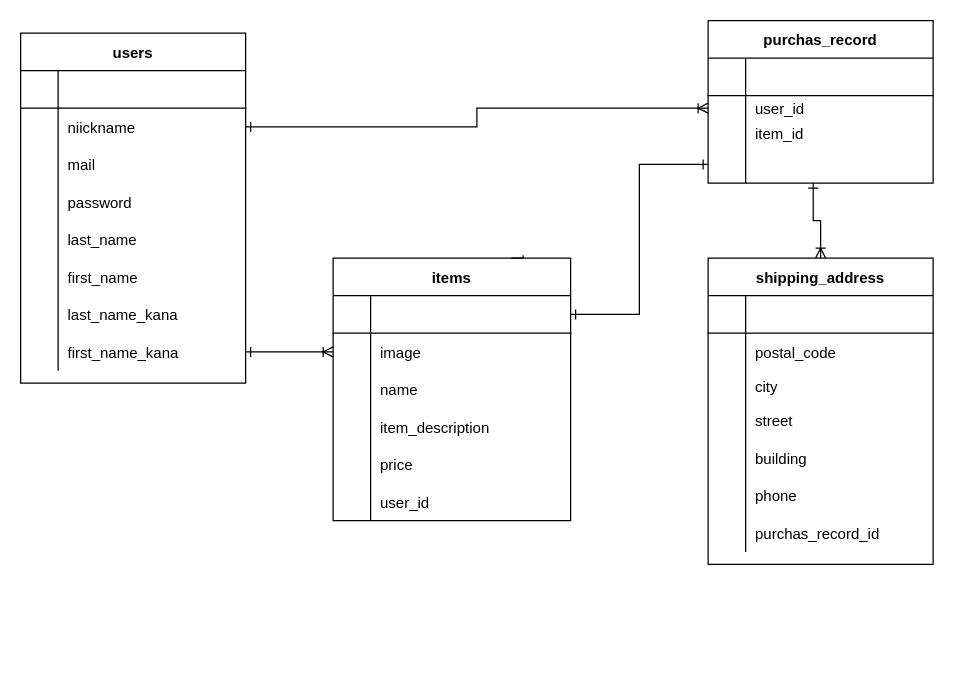
Earlier version of the draw.io diagram ER.dio (omokun/furima-36222). Source tidied: cells renumbered, new cells numbered last; positions are measured from the earlier drawing's top-left corner, leaving out a move shared by most shapes. Both pictures are drawn from the tidied source at 125%, with x=0, y=0 at pixel (20, 20).
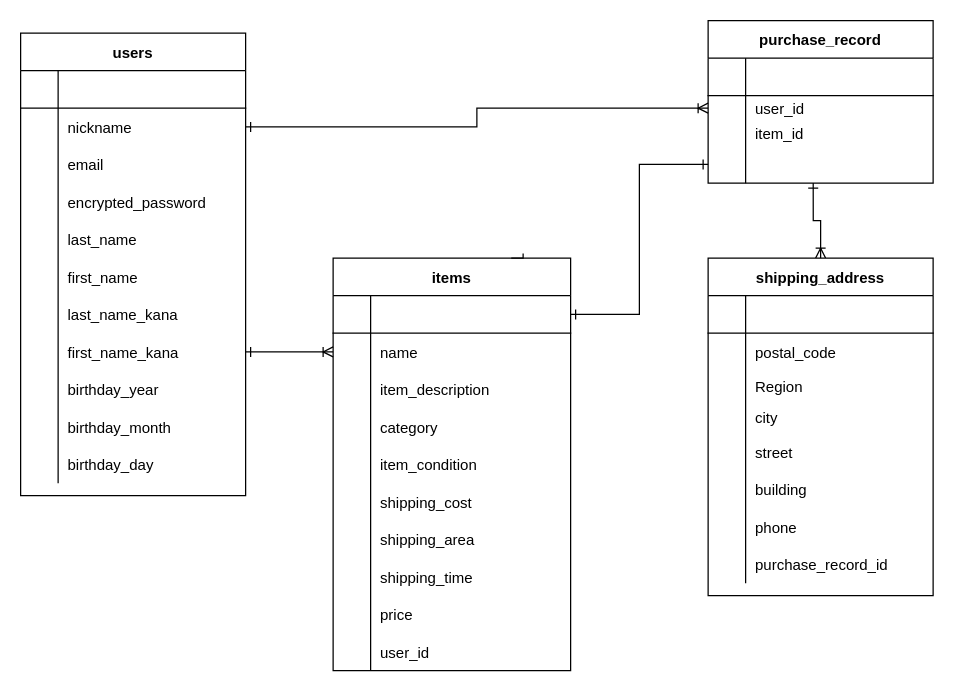
After the change.

Commit message (it also covers changes not shown here):
ER図、READMEの訂正

The change refers to these unchanged cells:
```xml
<mxCell id="6" style="shape=partialRectangle;fillColor=none;top=0;left=0;bottom=0;right=0;points=[[0,0.5],[1,0.5]];portConstraint=eastwest;" parent="2" vertex="1">
  <mxGeometry y="60" width="180" height="30" as="geometry" />
</mxCell>
<mxCell id="9" style="shape=partialRectangle;fillColor=none;top=0;left=0;bottom=0;right=0;" parent="2" vertex="1">
  <mxGeometry y="90" width="180" height="30" as="geometry" />
</mxCell>
<mxCell id="12" style="shape=partialRectangle;fillColor=none;top=0;left=0;bottom=0;right=0;" parent="2" vertex="1">
  <mxGeometry y="120" width="180" height="30" as="geometry" />
</mxCell>
<mxCell id="44" style="shape=partialRectangle;fillColor=none;top=0;left=0;bottom=0;right=0;points=[[0,0.5],[1,0.5]];portConstraint=eastwest;" parent="40" vertex="1">
  <mxGeometry y="60" width="190" height="30" as="geometry" />
</mxCell>
<mxCell id="47" style="shape=partialRectangle;fillColor=none;top=0;left=0;bottom=0;right=0;" parent="40" vertex="1">
  <mxGeometry y="90" width="190" height="30" as="geometry" />
</mxCell>
<mxCell id="50" style="shape=partialRectangle;fillColor=none;top=0;left=0;bottom=0;right=0;" parent="40" vertex="1">
  <mxGeometry y="120" width="190" height="30" as="geometry" />
</mxCell>
<mxCell id="53" style="shape=partialRectangle;fillColor=none;top=0;left=0;bottom=0;right=0;" parent="40" vertex="1">
  <mxGeometry y="150" width="190" height="30" as="geometry" />
</mxCell>
```

The edit, as a diff of the source:
```diff
@@
     <mxCell id="2" value="users" style="shape=table;startSize=30;childLayout=tableLayout;rowLines=0;fontStyle=1;align=center;" parent="1" vertex="1">
-      <mxGeometry y="10" width="180" height="280" as="geometry" />
+      <mxGeometry y="10" width="180" height="370" as="geometry" />
     </mxCell>
@@
-    <mxCell id="8" value="niickname" style="shape=partialRectangle;fillColor=none;top=0;left=0;bottom=0;right=0;align=left;spacingLeft=6;overflow=hidden;" parent="6" vertex="1">
+    <mxCell id="8" value="nickname" style="shape=partialRectangle;fillColor=none;top=0;left=0;bottom=0;right=0;align=left;spacingLeft=6;overflow=hidden;" parent="6" vertex="1">
       <mxGeometry x="30" width="150" height="30" as="geometry" />
     </mxCell>
@@
-    <mxCell id="11" value="mail" style="shape=partialRectangle;fillColor=none;top=0;left=0;bottom=0;right=0;align=left;spacingLeft=6;overflow=hidden;" parent="9" vertex="1">
+    <mxCell id="11" value="email" style="shape=partialRectangle;fillColor=none;top=0;left=0;bottom=0;right=0;align=left;spacingLeft=6;overflow=hidden;" parent="9" vertex="1">
       <mxGeometry x="30" width="150" height="30" as="geometry" />
     </mxCell>
@@
-    <mxCell id="14" value="password" style="shape=partialRectangle;fillColor=none;top=0;left=0;bottom=0;right=0;align=left;spacingLeft=6;overflow=hidden;" parent="12" vertex="1">
+    <mxCell id="14" value="encrypted_password" style="shape=partialRectangle;fillColor=none;top=0;left=0;bottom=0;right=0;align=left;spacingLeft=6;overflow=hidden;" parent="12" vertex="1">
       <mxGeometry x="30" width="150" height="30" as="geometry" />
     </mxCell>
@@
+    <mxCell id="86" style="shape=partialRectangle;fillColor=none;top=0;left=0;bottom=0;right=0;" parent="2" vertex="1">
+      <mxGeometry y="270" width="180" height="30" as="geometry" />
+    </mxCell>
+    <mxCell id="87" style="shape=partialRectangle;fillColor=none;top=0;left=0;bottom=0;right=0;overflow=hidden;" parent="86" vertex="1">
+      <mxGeometry width="30" height="30" as="geometry" />
+    </mxCell>
+    <mxCell id="88" value="birthday_year" style="shape=partialRectangle;fillColor=none;top=0;left=0;bottom=0;right=0;align=left;spacingLeft=6;overflow=hidden;" parent="86" vertex="1">
+      <mxGeometry x="30" width="150" height="30" as="geometry" />
+    </mxCell>
+    <mxCell id="89" style="shape=partialRectangle;fillColor=none;top=0;left=0;bottom=0;right=0;" parent="2" vertex="1">
+      <mxGeometry y="300" width="180" height="30" as="geometry" />
+    </mxCell>
+    <mxCell id="90" style="shape=partialRectangle;fillColor=none;top=0;left=0;bottom=0;right=0;overflow=hidden;" parent="89" vertex="1">
+      <mxGeometry width="30" height="30" as="geometry" />
+    </mxCell>
+    <mxCell id="91" value="birthday_month" style="shape=partialRectangle;fillColor=none;top=0;left=0;bottom=0;right=0;align=left;spacingLeft=6;overflow=hidden;" parent="89" vertex="1">
+      <mxGeometry x="30" width="150" height="30" as="geometry" />
+    </mxCell>
+    <mxCell id="92" style="shape=partialRectangle;fillColor=none;top=0;left=0;bottom=0;right=0;" parent="2" vertex="1">
+      <mxGeometry y="330" width="180" height="30" as="geometry" />
+    </mxCell>
+    <mxCell id="93" style="shape=partialRectangle;fillColor=none;top=0;left=0;bottom=0;right=0;overflow=hidden;" parent="92" vertex="1">
+      <mxGeometry width="30" height="30" as="geometry" />
+    </mxCell>
+    <mxCell id="94" value="birthday_day" style="shape=partialRectangle;fillColor=none;top=0;left=0;bottom=0;right=0;align=left;spacingLeft=6;overflow=hidden;" parent="92" vertex="1">
+      <mxGeometry x="30" width="150" height="30" as="geometry" />
+    </mxCell>
-    <mxCell id="27" value="purchas_record" style="shape=table;startSize=30;childLayout=tableLayout;rowLines=0;fontStyle=1;align=center;" parent="1" vertex="1">
+    <mxCell id="27" value="purchase_record" style="shape=table;startSize=30;childLayout=tableLayout;rowLines=0;fontStyle=1;align=center;" parent="1" vertex="1">
       <mxGeometry x="550" width="180" height="130" as="geometry" />
     </mxCell>
@@
     <mxCell id="40" value="items" style="shape=table;startSize=30;childLayout=tableLayout;rowLines=0;fontStyle=1;align=center;" parent="1" vertex="1">
-      <mxGeometry x="250" y="190" width="190" height="210" as="geometry" />
+      <mxGeometry x="250" y="190" width="190" height="330" as="geometry" />
     </mxCell>
@@
-    <mxCell id="46" value="image" style="shape=partialRectangle;fillColor=none;top=0;left=0;bottom=0;right=0;align=left;spacingLeft=6;overflow=hidden;" parent="44" vertex="1">
+    <mxCell id="46" value="name" style="shape=partialRectangle;fillColor=none;top=0;left=0;bottom=0;right=0;align=left;spacingLeft=6;overflow=hidden;" parent="44" vertex="1">
       <mxGeometry x="30" width="160" height="30" as="geometry" />
     </mxCell>
@@
-    <mxCell id="49" value="name" style="shape=partialRectangle;fillColor=none;top=0;left=0;bottom=0;right=0;align=left;spacingLeft=6;overflow=hidden;" parent="47" vertex="1">
+    <mxCell id="49" value="item_description" style="shape=partialRectangle;fillColor=none;top=0;left=0;bottom=0;right=0;align=left;spacingLeft=6;overflow=hidden;" parent="47" vertex="1">
       <mxGeometry x="30" width="160" height="30" as="geometry" />
     </mxCell>
@@
-    <mxCell id="52" value="item_description" style="shape=partialRectangle;fillColor=none;top=0;left=0;bottom=0;right=0;align=left;spacingLeft=6;overflow=hidden;" parent="50" vertex="1">
+    <mxCell id="52" value="category" style="shape=partialRectangle;fillColor=none;top=0;left=0;bottom=0;right=0;align=left;spacingLeft=6;overflow=hidden;" parent="50" vertex="1">
       <mxGeometry x="30" width="160" height="30" as="geometry" />
     </mxCell>
@@
-    <mxCell id="55" value="price" style="shape=partialRectangle;fillColor=none;top=0;left=0;bottom=0;right=0;align=left;spacingLeft=6;overflow=hidden;" parent="53" vertex="1">
+    <mxCell id="55" value="item_condition" style="shape=partialRectangle;fillColor=none;top=0;left=0;bottom=0;right=0;align=left;spacingLeft=6;overflow=hidden;" parent="53" vertex="1">
       <mxGeometry x="30" width="160" height="30" as="geometry" />
     </mxCell>
+    <mxCell id="95" style="shape=partialRectangle;fillColor=none;top=0;left=0;bottom=0;right=0;" parent="40" vertex="1">
+      <mxGeometry y="180" width="190" height="30" as="geometry" />
+    </mxCell>
+    <mxCell id="96" style="shape=partialRectangle;fillColor=none;top=0;left=0;bottom=0;right=0;overflow=hidden;" parent="95" vertex="1">
+      <mxGeometry width="30" height="30" as="geometry" />
+    </mxCell>
+    <mxCell id="97" value="shipping_cost" style="shape=partialRectangle;fillColor=none;top=0;left=0;bottom=0;right=0;align=left;spacingLeft=6;overflow=hidden;" parent="95" vertex="1">
+      <mxGeometry x="30" width="160" height="30" as="geometry" />
+    </mxCell>
+    <mxCell id="98" style="shape=partialRectangle;fillColor=none;top=0;left=0;bottom=0;right=0;" parent="40" vertex="1">
+      <mxGeometry y="210" width="190" height="30" as="geometry" />
+    </mxCell>
+    <mxCell id="99" style="shape=partialRectangle;fillColor=none;top=0;left=0;bottom=0;right=0;overflow=hidden;" parent="98" vertex="1">
+      <mxGeometry width="30" height="30" as="geometry" />
+    </mxCell>
+    <mxCell id="100" value="shipping_area" style="shape=partialRectangle;fillColor=none;top=0;left=0;bottom=0;right=0;align=left;spacingLeft=6;overflow=hidden;" parent="98" vertex="1">
+      <mxGeometry x="30" width="160" height="30" as="geometry" />
+    </mxCell>
+    <mxCell id="101" style="shape=partialRectangle;fillColor=none;top=0;left=0;bottom=0;right=0;" parent="40" vertex="1">
+      <mxGeometry y="240" width="190" height="30" as="geometry" />
+    </mxCell>
+    <mxCell id="102" style="shape=partialRectangle;fillColor=none;top=0;left=0;bottom=0;right=0;overflow=hidden;" parent="101" vertex="1">
+      <mxGeometry width="30" height="30" as="geometry" />
+    </mxCell>
+    <mxCell id="103" value="shipping_time" style="shape=partialRectangle;fillColor=none;top=0;left=0;bottom=0;right=0;align=left;spacingLeft=6;overflow=hidden;" parent="101" vertex="1">
+      <mxGeometry x="30" width="160" height="30" as="geometry" />
+    </mxCell>
+    <mxCell id="104" style="shape=partialRectangle;fillColor=none;top=0;left=0;bottom=0;right=0;" parent="40" vertex="1">
+      <mxGeometry y="270" width="190" height="30" as="geometry" />
+    </mxCell>
+    <mxCell id="105" style="shape=partialRectangle;fillColor=none;top=0;left=0;bottom=0;right=0;overflow=hidden;" parent="104" vertex="1">
+      <mxGeometry width="30" height="30" as="geometry" />
+    </mxCell>
+    <mxCell id="106" value="price" style="shape=partialRectangle;fillColor=none;top=0;left=0;bottom=0;right=0;align=left;spacingLeft=6;overflow=hidden;" parent="104" vertex="1">
+      <mxGeometry x="30" width="160" height="30" as="geometry" />
+    </mxCell>
     <mxCell id="56" style="shape=partialRectangle;fillColor=none;top=0;left=0;bottom=0;right=0;" parent="40" vertex="1">
-      <mxGeometry y="180" width="190" height="30" as="geometry" />
+      <mxGeometry y="300" width="190" height="30" as="geometry" />
     </mxCell>
@@
     <mxCell id="60" value="shipping_address" style="shape=table;startSize=30;childLayout=tableLayout;rowLines=0;fontStyle=1;align=center;" parent="1" vertex="1">
-      <mxGeometry x="550" y="190" width="180" height="245" as="geometry" />
+      <mxGeometry x="550" y="190" width="180" height="270" as="geometry" />
     </mxCell>
@@
+    <mxCell id="107" style="shape=partialRectangle;fillColor=none;top=0;left=0;bottom=0;right=0;" parent="60" vertex="1">
+      <mxGeometry y="90" width="180" height="25" as="geometry" />
+    </mxCell>
+    <mxCell id="108" style="shape=partialRectangle;fillColor=none;top=0;left=0;bottom=0;right=0;overflow=hidden;" parent="107" vertex="1">
+      <mxGeometry width="30" height="25" as="geometry" />
+    </mxCell>
+    <mxCell id="109" value="Region" style="shape=partialRectangle;fillColor=none;top=0;left=0;bottom=0;right=0;align=left;spacingLeft=6;overflow=hidden;" parent="107" vertex="1">
+      <mxGeometry x="30" width="150" height="25" as="geometry" />
+    </mxCell>
     <mxCell id="67" style="shape=partialRectangle;fillColor=none;top=0;left=0;bottom=0;right=0;" parent="60" vertex="1">
-      <mxGeometry y="90" width="180" height="25" as="geometry" />
+      <mxGeometry y="115" width="180" height="25" as="geometry" />
     </mxCell>
@@
     <mxCell id="70" style="shape=partialRectangle;fillColor=none;top=0;left=0;bottom=0;right=0;" parent="60" vertex="1">
-      <mxGeometry y="115" width="180" height="30" as="geometry" />
+      <mxGeometry y="140" width="180" height="30" as="geometry" />
     </mxCell>
@@
     <mxCell id="73" style="shape=partialRectangle;fillColor=none;top=0;left=0;bottom=0;right=0;" parent="60" vertex="1">
-      <mxGeometry y="145" width="180" height="30" as="geometry" />
+      <mxGeometry y="170" width="180" height="30" as="geometry" />
     </mxCell>
@@
     <mxCell id="76" style="shape=partialRectangle;fillColor=none;top=0;left=0;bottom=0;right=0;" parent="60" vertex="1">
-      <mxGeometry y="175" width="180" height="30" as="geometry" />
+      <mxGeometry y="200" width="180" height="30" as="geometry" />
     </mxCell>
@@
     <mxCell id="79" style="shape=partialRectangle;fillColor=none;top=0;left=0;bottom=0;right=0;" parent="60" vertex="1">
-      <mxGeometry y="205" width="180" height="30" as="geometry" />
+      <mxGeometry y="230" width="180" height="30" as="geometry" />
     </mxCell>
@@
-    <mxCell id="81" value="purchas_record_id" style="shape=partialRectangle;fillColor=none;top=0;left=0;bottom=0;right=0;align=left;spacingLeft=6;overflow=hidden;fontStyle=0;" parent="79" vertex="1">
+    <mxCell id="81" value="purchase_record_id" style="shape=partialRectangle;fillColor=none;top=0;left=0;bottom=0;right=0;align=left;spacingLeft=6;overflow=hidden;fontStyle=0;" parent="79" vertex="1">
       <mxGeometry x="30" width="150" height="30" as="geometry" />
     </mxCell>
```
